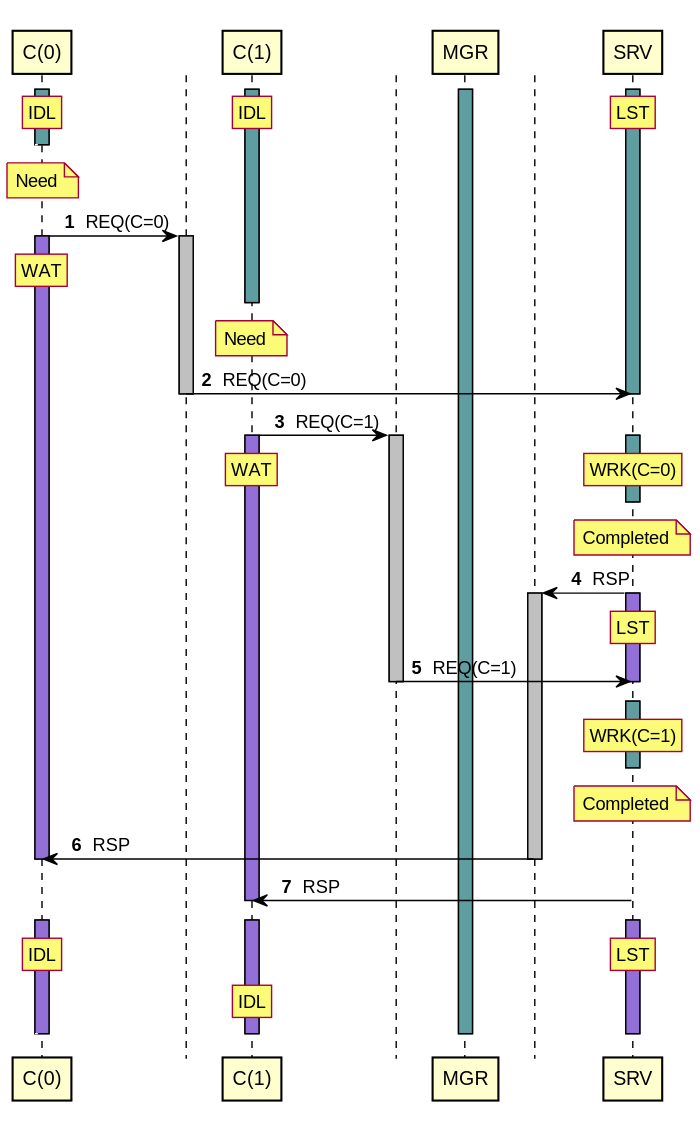
orenbenkiki/total-space keeps this PlantUML diagram as tests/expected/test_managed_clients_server/sequence.svg. Above is the earlier version.
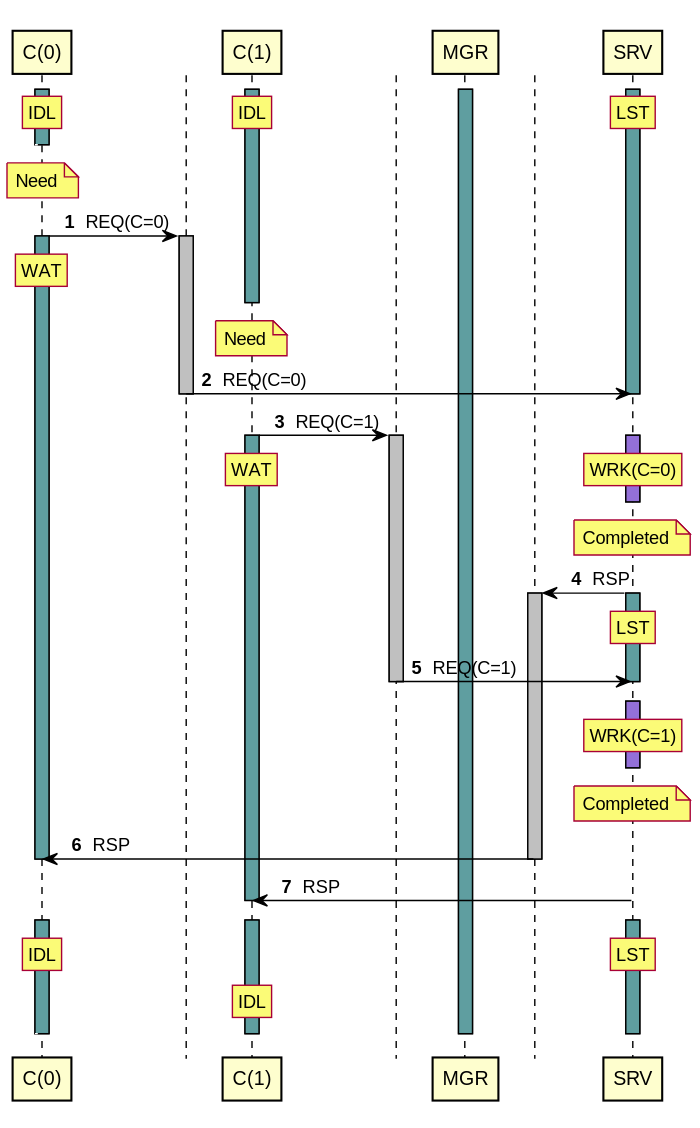
Above is the later version.

Commit message:
Fix colors of deferred agents in sequence diagram.

Diff of the diagram source:
```diff
@@ -29,7 +29,7 @@
 control " " as T0 order 10101
 A0 -> T0 : REQ(C=0)
 activate T0 #Silver
-activate A0 #MediumPurple
+activate A0 #CadetBlue
 rnote over A0 : WAT
 autonumber stop
 [<[#White]-- A0
@@ -42,8 +42,8 @@
 control " " as T1 order 10201
 A1 -> T1 : REQ(C=1)
 activate T1 #Silver
-activate A1 #MediumPurple
-activate A3 #CadetBlue
+activate A1 #CadetBlue
+activate A3 #MediumPurple
 rnote over A1 : WAT
 / rnote over A3 : WRK(C=0)
 autonumber stop
@@ -54,7 +54,7 @@
 control " " as T2 order 10399
 A3 -> T2 : RSP
 activate T2 #Silver
-activate A3 #MediumPurple
+activate A3 #CadetBlue
 rnote over A3 : LST
 T1 -> A3 : REQ(C=1)
 deactivate T1
@@ -62,7 +62,7 @@
 autonumber stop
 [<[#White]-- A0
 autonumber resume
-activate A3 #CadetBlue
+activate A3 #MediumPurple
 rnote over A3 : WRK(C=1)
 autonumber stop
 [<[#White]-- A0
@@ -77,11 +77,11 @@
 autonumber stop
 [<[#White]-- A0
 autonumber resume
-activate A3 #MediumPurple
-activate A0 #MediumPurple
+activate A3 #CadetBlue
+activate A0 #CadetBlue
 rnote over A3 : LST
 / rnote over A0 : IDL
-activate A1 #MediumPurple
+activate A1 #CadetBlue
 rnote over A1 : IDL
 autonumber stop
 [<[#White]-- A0
```
